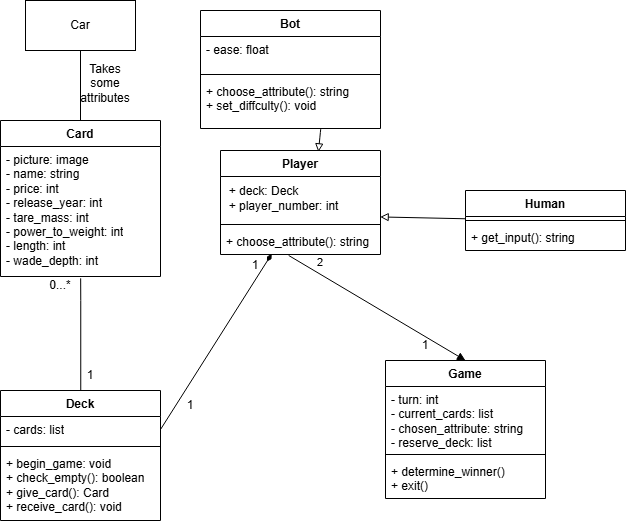
This is images/classDiagram.png from qztweII/2026-Software-Engineering-Assessment-2, a draw.io export, as it was before one commit. Source tidied: cells renumbered, new cells last; positions are measured from the earlier drawing's top-left corner, leaving out a move shared by most shapes. Source of this version:
```xml
<mxGraphModel>
  <root>
    <mxCell id="0" />
    <mxCell id="1" parent="0" />
    <mxCell id="2" value="Car" style="html=1;whiteSpace=wrap;" parent="1" vertex="1">
      <mxGeometry x="25" width="110" height="50" as="geometry" />
    </mxCell>
    <mxCell id="3" value="Player" style="swimlane;fontStyle=1;align=center;verticalAlign=top;horizontal=1;startSize=26;whiteSpace=wrap;html=1;" parent="1" vertex="1">
      <mxGeometry x="220" y="150" width="160" height="104" as="geometry" />
    </mxCell>
    <mxCell id="4" value="&amp;nbsp; + deck: Deck&lt;div&gt;&amp;nbsp; + player_number: int&lt;/div&gt;" style="text;html=1;whiteSpace=wrap;strokeColor=none;fillColor=none;align=left;verticalAlign=middle;rounded=0;" parent="3" vertex="1">
      <mxGeometry y="26" width="160" height="44" as="geometry" />
    </mxCell>
    <mxCell id="5" style="line;strokeWidth=1;fillColor=none;align=left;verticalAlign=middle;spacingTop=-1;spacingLeft=3;spacingRight=3;labelPosition=right;strokeColor=inherit;" parent="3" vertex="1">
      <mxGeometry y="70" width="160" height="8" as="geometry" />
    </mxCell>
    <mxCell id="6" value="&lt;div&gt;&lt;span style=&quot;background-color: transparent; color: light-dark(rgb(0, 0, 0), rgb(255, 255, 255));&quot;&gt;+ choose_attribute(): string&lt;/span&gt;&lt;/div&gt;" style="text;strokeColor=none;fillColor=none;align=left;verticalAlign=top;spacingLeft=4;spacingRight=4;overflow=hidden;points=[[0,0.5],[1,0.5]];portConstraint=eastwest;whiteSpace=wrap;html=1;" parent="3" vertex="1">
      <mxGeometry y="78" width="160" height="26" as="geometry" />
    </mxCell>
    <mxCell id="7" value="Deck" style="swimlane;fontStyle=1;align=center;verticalAlign=top;horizontal=1;startSize=26;whiteSpace=wrap;html=1;" parent="1" vertex="1">
      <mxGeometry y="390" width="160" height="130" as="geometry" />
    </mxCell>
    <mxCell id="8" value="- cards: list" style="text;strokeColor=none;fillColor=none;align=left;verticalAlign=top;spacingLeft=4;spacingRight=4;overflow=hidden;points=[[0,0.5],[1,0.5]];portConstraint=eastwest;whiteSpace=wrap;html=1;" parent="7" vertex="1">
      <mxGeometry y="26" width="160" height="26" as="geometry" />
    </mxCell>
    <mxCell id="9" style="line;strokeWidth=1;fillColor=none;align=left;verticalAlign=middle;spacingTop=-1;spacingLeft=3;spacingRight=3;labelPosition=right;strokeColor=inherit;" parent="7" vertex="1">
      <mxGeometry y="52" width="160" height="8" as="geometry" />
    </mxCell>
    <mxCell id="10" value="&lt;div&gt;+ begin_game: void&lt;/div&gt;+ check_empty(): boolean&lt;div&gt;+ give_card(): Card&lt;/div&gt;&lt;div&gt;+ receive_card(): void&lt;/div&gt;" style="text;strokeColor=none;fillColor=none;align=left;verticalAlign=top;spacingLeft=4;spacingRight=4;overflow=hidden;points=[[0,0.5],[1,0.5]];portConstraint=eastwest;whiteSpace=wrap;html=1;" parent="7" vertex="1">
      <mxGeometry y="60" width="160" height="70" as="geometry" />
    </mxCell>
    <mxCell id="11" value="Bot" style="swimlane;fontStyle=1;align=center;verticalAlign=top;horizontal=1;startSize=26;whiteSpace=wrap;html=1;" parent="1" vertex="1">
      <mxGeometry x="200" y="10" width="180" height="118" as="geometry" />
    </mxCell>
    <mxCell id="12" value="- ease: float" style="text;strokeColor=none;fillColor=none;align=left;verticalAlign=top;spacingLeft=4;spacingRight=4;overflow=hidden;whiteSpace=wrap;html=1;" parent="11" vertex="1">
      <mxGeometry y="26" width="180" height="34" as="geometry" />
    </mxCell>
    <mxCell id="13" style="line;strokeWidth=1;fillColor=none;align=left;verticalAlign=middle;spacingTop=-1;spacingLeft=3;spacingRight=3;labelPosition=right;strokeColor=inherit;" parent="11" vertex="1">
      <mxGeometry y="60" width="180" height="8" as="geometry" />
    </mxCell>
    <mxCell id="14" value="&lt;div&gt;+ choose_attribute(): string&lt;div&gt;+ set_diffculty(): void&lt;/div&gt;&lt;/div&gt;" style="text;strokeColor=none;fillColor=none;align=left;verticalAlign=top;spacingLeft=4;spacingRight=4;overflow=hidden;points=[[0,0.5],[1,0.5]];portConstraint=eastwest;whiteSpace=wrap;html=1;" parent="11" vertex="1">
      <mxGeometry y="68" width="180" height="50" as="geometry" />
    </mxCell>
    <mxCell id="15" value="Game" style="swimlane;fontStyle=1;align=center;verticalAlign=top;horizontal=1;startSize=26;whiteSpace=wrap;html=1;" parent="1" vertex="1">
      <mxGeometry x="385" y="360" width="160" height="138" as="geometry" />
    </mxCell>
    <mxCell id="16" value="- turn: int&lt;div&gt;- current_cards: list&lt;/div&gt;&lt;div&gt;- chosen_attribute: string&lt;/div&gt;&lt;div&gt;- reserve_deck: list&lt;/div&gt;" style="text;strokeColor=none;fillColor=none;align=left;verticalAlign=top;spacingLeft=4;spacingRight=4;overflow=hidden;points=[[0,0.5],[1,0.5]];portConstraint=eastwest;whiteSpace=wrap;html=1;" parent="15" vertex="1">
      <mxGeometry y="26" width="160" height="64" as="geometry" />
    </mxCell>
    <mxCell id="17" style="line;strokeWidth=1;fillColor=none;align=left;verticalAlign=middle;spacingTop=-1;spacingLeft=3;spacingRight=3;labelPosition=right;strokeColor=inherit;" parent="15" vertex="1">
      <mxGeometry y="90" width="160" height="8" as="geometry" />
    </mxCell>
    <mxCell id="18" value="+ determine_winner()&lt;div&gt;+ exit()&lt;/div&gt;" style="text;strokeColor=none;fillColor=none;align=left;verticalAlign=top;spacingLeft=4;spacingRight=4;overflow=hidden;whiteSpace=wrap;html=1;" parent="15" vertex="1">
      <mxGeometry y="98" width="160" height="40" as="geometry" />
    </mxCell>
    <mxCell id="19" value="Card" style="swimlane;fontStyle=1;align=center;verticalAlign=top;horizontal=1;startSize=26;whiteSpace=wrap;html=1;" parent="1" vertex="1">
      <mxGeometry y="120" width="160" height="156" as="geometry" />
    </mxCell>
    <mxCell id="20" value="&lt;div&gt;- picture: image&lt;/div&gt;&lt;div&gt;- name: string&lt;/div&gt;- price: int&lt;div&gt;- release_year: int&lt;/div&gt;&lt;div&gt;- tare_mass: int&lt;/div&gt;&lt;div&gt;- power_to_weight: int&lt;/div&gt;&lt;div&gt;- length: int&lt;/div&gt;&lt;div&gt;- wade_depth: int&lt;/div&gt;" style="text;strokeColor=none;fillColor=none;align=left;verticalAlign=top;spacingLeft=4;spacingRight=4;overflow=hidden;points=[[0,0.5],[1,0.5]];portConstraint=eastwest;whiteSpace=wrap;html=1;" parent="19" vertex="1">
      <mxGeometry y="26" width="160" height="130" as="geometry" />
    </mxCell>
    <mxCell id="21" style="endArrow=none;html=1;edgeStyle=orthogonalEdgeStyle;rounded=0;exitX=0.5;exitY=1;exitDx=0;exitDy=0;entryX=0.5;entryY=0;entryDx=0;entryDy=0;" parent="1" edge="1" source="2" target="19">
      <mxGeometry relative="1" as="geometry" />
    </mxCell>
    <mxCell id="22" style="endArrow=none;html=1;edgeStyle=orthogonalEdgeStyle;rounded=0;exitX=0.501;exitY=1.014;exitDx=0;exitDy=0;exitPerimeter=0;" parent="1" edge="1" source="20" target="7">
      <mxGeometry relative="1" as="geometry">
        <Array as="points">
          <mxPoint x="80" y="300" />
          <mxPoint x="80" y="300" />
        </Array>
      </mxGeometry>
    </mxCell>
    <mxCell id="23" style="endArrow=diamondThin;html=1;rounded=0;exitX=1;exitY=0.5;exitDx=0;exitDy=0;entryX=0.32;entryY=0.98;entryDx=0;entryDy=0;endFill=1;entryPerimeter=0;" parent="1" edge="1" source="8" target="6">
      <mxGeometry relative="1" as="geometry" />
    </mxCell>
    <mxCell id="24" style="rounded=0;jettySize=auto;html=1;exitX=0.668;exitY=1.006;exitDx=0;exitDy=0;entryX=0.612;entryY=0.013;entryDx=0;entryDy=0;entryPerimeter=0;endArrow=block;endFill=0;shape=filledEdge;curved=1;exitPerimeter=0;" parent="1" edge="1" source="14" target="3">
      <mxGeometry relative="1" as="geometry" />
    </mxCell>
    <mxCell id="25" style="endArrow=block;endFill=1;html=1;align=left;verticalAlign=top;rounded=0;exitX=0.426;exitY=1.037;exitDx=0;exitDy=0;exitPerimeter=0;entryX=0.5;entryY=0;entryDx=0;entryDy=0;" parent="1" edge="1" source="6" target="15">
      <mxGeometry x="-1" relative="1" as="geometry" />
    </mxCell>
    <mxCell id="26" value="2" style="edgeLabel;html=1;align=left;verticalAlign=bottom;" parent="25" vertex="1">
      <mxGeometry x="-1" relative="1" as="geometry">
        <mxPoint x="27" y="15" as="offset" />
      </mxGeometry>
    </mxCell>
    <mxCell id="27" value="Human" style="swimlane;fontStyle=1;align=center;verticalAlign=top;horizontal=1;startSize=26;whiteSpace=wrap;html=1;" parent="1" vertex="1">
      <mxGeometry x="465" y="190" width="160" height="60" as="geometry" />
    </mxCell>
    <mxCell id="28" style="line;strokeWidth=1;fillColor=none;align=left;verticalAlign=middle;spacingTop=-1;spacingLeft=3;spacingRight=3;labelPosition=right;strokeColor=inherit;" parent="27" vertex="1">
      <mxGeometry y="26" width="160" height="8" as="geometry" />
    </mxCell>
    <mxCell id="29" value="+ get_input(): string" style="text;strokeColor=none;fillColor=none;align=left;verticalAlign=top;spacingLeft=4;spacingRight=4;overflow=hidden;whiteSpace=wrap;html=1;" parent="27" vertex="1">
      <mxGeometry y="34" width="160" height="26" as="geometry" />
    </mxCell>
    <mxCell id="30" style="rounded=0;jettySize=auto;html=1;entryX=0.998;entryY=0.919;entryDx=0;entryDy=0;entryPerimeter=0;endArrow=block;endFill=0;" parent="1" edge="1" source="27" target="4">
      <mxGeometry relative="1" as="geometry" />
    </mxCell>
    <mxCell id="31" value="Takes some attributes" style="text;html=1;whiteSpace=wrap;strokeColor=none;fillColor=none;align=center;verticalAlign=middle;rounded=0;" parent="1" vertex="1">
      <mxGeometry x="75" y="68" width="60" height="30" as="geometry" />
    </mxCell>
    <mxCell id="32" value="1" style="text;html=1;whiteSpace=wrap;strokeColor=none;fillColor=none;align=center;verticalAlign=middle;rounded=0;" parent="1" vertex="1">
      <mxGeometry x="60" y="360" width="60" height="30" as="geometry" />
    </mxCell>
    <mxCell id="33" value="0...*" style="text;html=1;whiteSpace=wrap;strokeColor=none;fillColor=none;align=center;verticalAlign=middle;rounded=0;" parent="1" vertex="1">
      <mxGeometry x="30" y="270" width="60" height="30" as="geometry" />
    </mxCell>
    <mxCell id="34" value="1" style="text;html=1;whiteSpace=wrap;strokeColor=none;fillColor=none;align=center;verticalAlign=middle;rounded=0;" parent="1" vertex="1">
      <mxGeometry x="395" y="330" width="60" height="30" as="geometry" />
    </mxCell>
    <mxCell id="35" value="1" style="text;html=1;whiteSpace=wrap;strokeColor=none;fillColor=none;align=center;verticalAlign=middle;rounded=0;" parent="1" vertex="1">
      <mxGeometry x="160" y="390" width="60" height="30" as="geometry" />
    </mxCell>
    <mxCell id="36" value="1" style="text;html=1;whiteSpace=wrap;strokeColor=none;fillColor=none;align=center;verticalAlign=middle;rounded=0;" parent="1" vertex="1">
      <mxGeometry x="225" y="250" width="60" height="30" as="geometry" />
    </mxCell>
  </root>
</mxGraphModel>
```
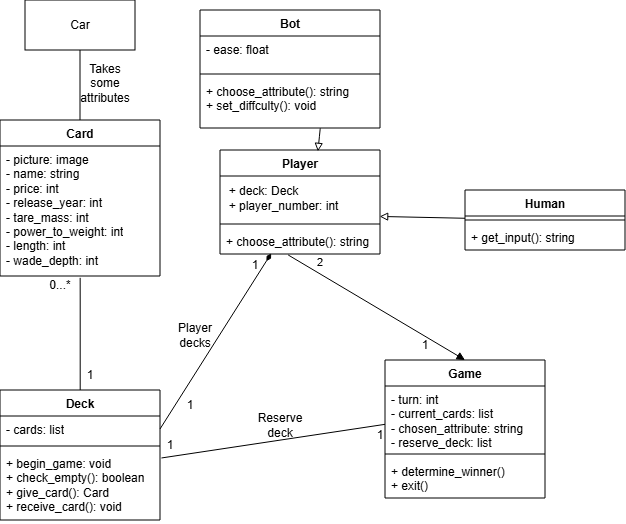
The same diagram one commit later.

Change to the diagram source:
```diff
@@ -114,5 +114,20 @@
     <mxCell id="36" value="1" style="text;html=1;whiteSpace=wrap;strokeColor=none;fillColor=none;align=center;verticalAlign=middle;rounded=0;" parent="1" vertex="1">
       <mxGeometry x="225" y="250" width="60" height="30" as="geometry" />
     </mxCell>
+    <mxCell id="37" style="endArrow=none;html=1;rounded=0;exitX=1.009;exitY=0.114;exitDx=0;exitDy=0;exitPerimeter=0;entryX=0;entryY=0.599;entryDx=0;entryDy=0;entryPerimeter=0;" parent="1" edge="1" source="10" target="16">
+      <mxGeometry relative="1" as="geometry" />
+    </mxCell>
+    <mxCell id="38" value="1" style="text;html=1;whiteSpace=wrap;strokeColor=none;fillColor=none;align=center;verticalAlign=middle;rounded=0;" parent="1" vertex="1">
+      <mxGeometry x="140" y="430" width="60" height="30" as="geometry" />
+    </mxCell>
+    <mxCell id="39" value="1" style="text;html=1;whiteSpace=wrap;strokeColor=none;fillColor=none;align=center;verticalAlign=middle;rounded=0;" parent="1" vertex="1">
+      <mxGeometry x="350" y="420" width="60" height="30" as="geometry" />
+    </mxCell>
+    <mxCell id="40" value="Reserve deck" style="text;html=1;whiteSpace=wrap;strokeColor=none;fillColor=none;align=center;verticalAlign=middle;rounded=0;" parent="1" vertex="1">
+      <mxGeometry x="250" y="410" width="60" height="30" as="geometry" />
+    </mxCell>
+    <mxCell id="41" value="Player decks" style="text;html=1;whiteSpace=wrap;strokeColor=none;fillColor=none;align=center;verticalAlign=middle;rounded=0;" parent="1" vertex="1">
+      <mxGeometry x="165" y="320" width="60" height="30" as="geometry" />
+    </mxCell>
   </root>
 </mxGraphModel>
```
